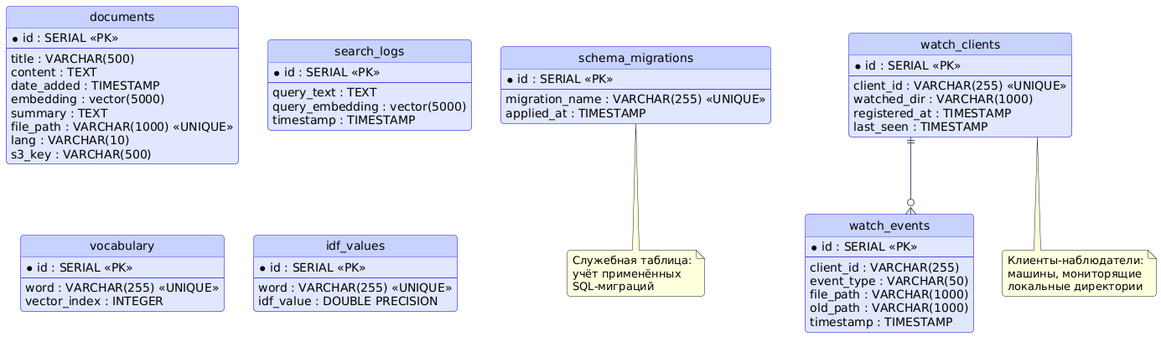
KillRmnv/BSUIR keeps this PlantUML diagram as EYAZIS/2_2/EYAZIS_report/png/db_schema.png. Above is the earlier version. The source it was exported from:
```plantuml
@startuml db_schema
skinparam backgroundColor white
skinparam shadowing false
skinparam roundCorner 8
skinparam defaultFontName DejaVu Sans
skinparam linetype ortho
hide circle

skinparam class {
    BackgroundColor #E0E7FF
    BorderColor #4F46E5
    ArrowColor #475569
    HeaderBackgroundColor #C7D2FE
}

entity "documents" as documents {
    * id : SERIAL <<PK>>
    --
    title : VARCHAR(500)
    content : TEXT
    date_added : TIMESTAMP
    embedding : vector(5000)
    summary : TEXT
    file_path : VARCHAR(1000) <<UNIQUE>>
    lang : VARCHAR(10)
    s3_key : VARCHAR(500)
}

entity "search_logs" as search_logs {
    * id : SERIAL <<PK>>
    --
    query_text : TEXT
    query_embedding : vector(5000)
    timestamp : TIMESTAMP
}

entity "vocabulary" as vocabulary {
    * id : SERIAL <<PK>>
    --
    word : VARCHAR(255) <<UNIQUE>>
    vector_index : INTEGER
}

entity "idf_values" as idf_values {
    * id : SERIAL <<PK>>
    --
    word : VARCHAR(255) <<UNIQUE>>
    idf_value : DOUBLE PRECISION
}

entity "schema_migrations" as schema_migrations {
    * id : SERIAL <<PK>>
    --
    migration_name : VARCHAR(255) <<UNIQUE>>
    applied_at : TIMESTAMP
}

entity "watch_clients" as watch_clients {
    * id : SERIAL <<PK>>
    --
    client_id : VARCHAR(255) <<UNIQUE>>
    watched_dir : VARCHAR(1000)
    registered_at : TIMESTAMP
    last_seen : TIMESTAMP
}

entity "watch_events" as watch_events {
    * id : SERIAL <<PK>>
    --
    client_id : VARCHAR(255)
    event_type : VARCHAR(50)
    file_path : VARCHAR(1000)
    old_path : VARCHAR(1000)
    timestamp : TIMESTAMP
}

watch_clients ||--o{ watch_events

note bottom of schema_migrations
  Служебная таблица:
  учёт применённых
  SQL-миграций
end note

note bottom of watch_clients
  Клиенты-наблюдатели:
  машины, мониторящие
  локальные директории
end note

@enduml
```
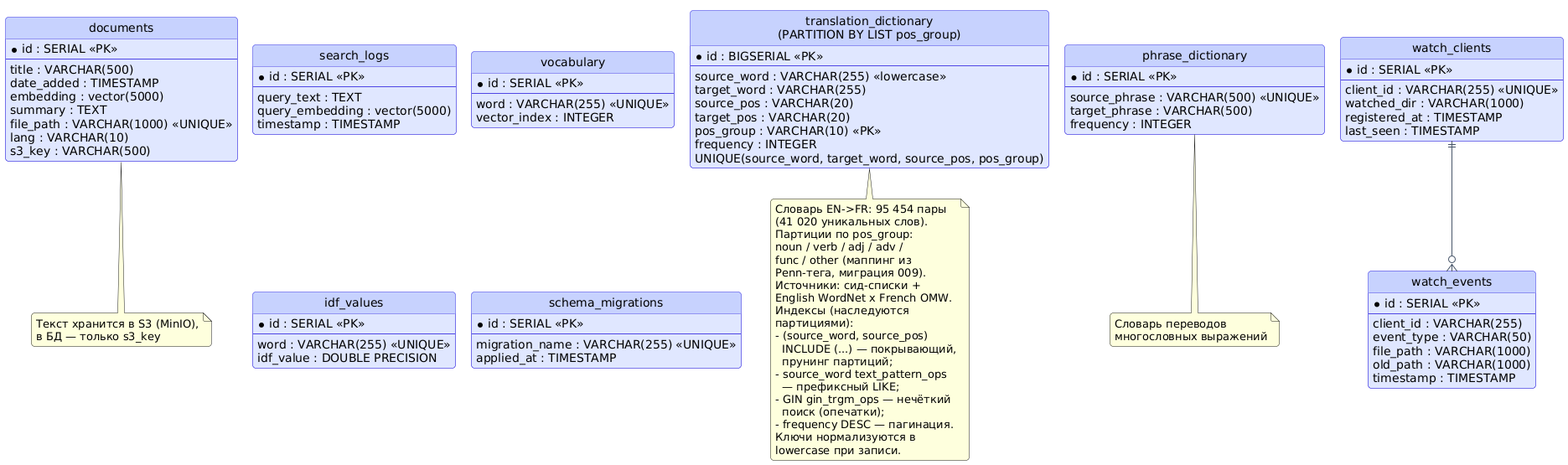
After the commit.

Diff of the diagram source:
```diff
@@ -1,4 +1,5 @@
 @startuml db_schema
+!pragma layout smetana
 skinparam backgroundColor white
 skinparam shadowing false
 skinparam roundCorner 8
@@ -17,7 +18,6 @@
     * id : SERIAL <<PK>>
     --
     title : VARCHAR(500)
-    content : TEXT
     date_added : TIMESTAMP
     embedding : vector(5000)
     summary : TEXT
@@ -48,6 +48,26 @@
     idf_value : DOUBLE PRECISION
 }
 
+entity "translation_dictionary\n(PARTITION BY LIST pos_group)" as translation_dict {
+    * id : BIGSERIAL <<PK>>
+    --
+    source_word : VARCHAR(255) <<lowercase>>
+    target_word : VARCHAR(255)
+    source_pos : VARCHAR(20)
+    target_pos : VARCHAR(20)
+    pos_group : VARCHAR(10) <<PK>>
+    frequency : INTEGER
+    UNIQUE(source_word, target_word, source_pos, pos_group)
+}
+
+entity "phrase_dictionary" as phrase_dict {
+    * id : SERIAL <<PK>>
+    --
+    source_phrase : VARCHAR(500) <<UNIQUE>>
+    target_phrase : VARCHAR(500)
+    frequency : INTEGER
+}
+
 entity "schema_migrations" as schema_migrations {
     * id : SERIAL <<PK>>
     --
@@ -76,16 +96,37 @@
 
 watch_clients ||--o{ watch_events
 
-note bottom of schema_migrations
-  Служебная таблица:
-  учёт применённых
-  SQL-миграций
+note bottom of documents
+  Текст хранится в S3 (MinIO),
+  в БД — только s3_key
 end note
 
-note bottom of watch_clients
-  Клиенты-наблюдатели:
-  машины, мониторящие
-  локальные директории
+note bottom of translation_dict
+  Словарь EN->FR: 95 454 пары
+  (41 020 уникальных слов).
+  Партиции по pos_group:
+  noun / verb / adj / adv /
+  func / other (маппинг из
+  Penn-тега, миграция 009).
+  Источники: сид-списки +
+  English WordNet x French OMW.
+  Индексы (наследуются
+  партициями):
+  - (source_word, source_pos)
+    INCLUDE (...) — покрывающий,
+    прунинг партиций;
+  - source_word text_pattern_ops
+    — префиксный LIKE;
+  - GIN gin_trgm_ops — нечёткий
+    поиск (опечатки);
+  - frequency DESC — пагинация.
+  Ключи нормализуются в
+  lowercase при записи.
+end note
+
+note bottom of phrase_dict
+  Словарь переводов
+  многословных выражений
 end note
 
 @enduml
```
